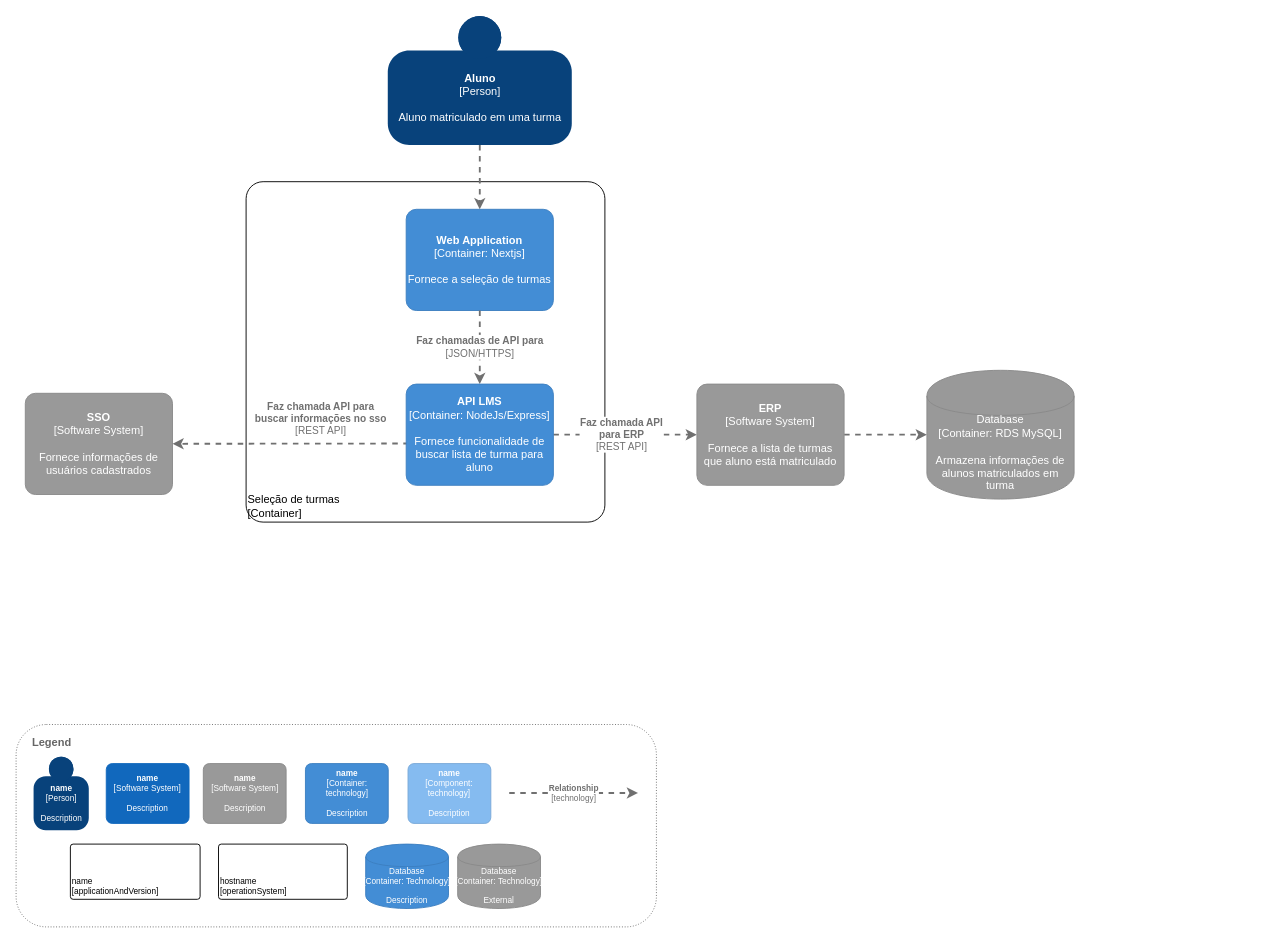
The draw.io diagram page "C4 Container" (2 of 4) of Design Doc LMS.drawio in eldoncosta1/diagrams, before the edit. Source tidied: cells renumbered, new cells numbered last; positions are measured from the earlier drawing's top-left corner, leaving out a move shared by most shapes. Both pictures are drawn from the tidied source at 92%, with x=0, y=0 at pixel (16, 16).
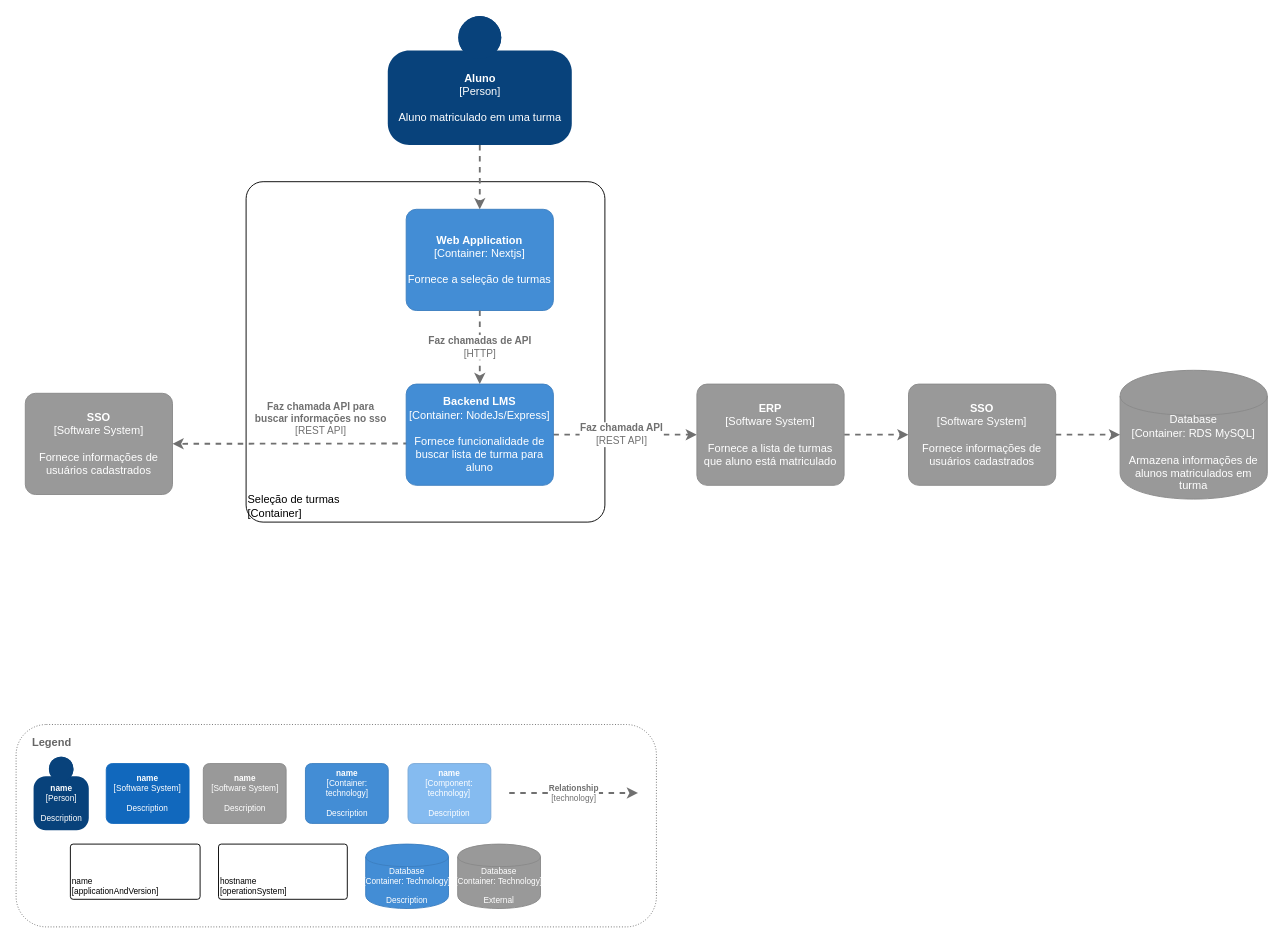
Above is the later version.

The change refers to these unchanged cells:
```xml
<object id="9" label="&lt;b&gt;%c4Name%&lt;/b&gt;&lt;div&gt;[%c4Type%: %c4Technology%]&lt;/div&gt;&lt;br&gt;&lt;div&gt;%c4Description%&lt;/div&gt;" c4Description="Fornece a seleção de turmas" c4Name="Web Application" c4Technology="Nextjs" c4Type="Container" placeholders="1">
  <mxCell style="rounded=1;whiteSpace=wrap;html=1;labelBackgroundColor=none;fillColor=#438DD5;fontColor=#ffffff;align=center;arcSize=10;strokeColor=#3C7FC0;metaData={&quot;c4Type&quot;:{&quot;editable&quot;:false}};points=[[0.25,0,0],[0.5,0,0],[0.75,0,0],[1,0.25,0],[1,0.5,0],[1,0.75,0],[0.75,1,0],[0.5,1,0],[0.25,1,0],[0,0.75,0],[0,0.5,0],[0,0.25,0]];" parent="1" vertex="1">
    <mxGeometry x="424" y="210" width="160" height="110" as="geometry" />
  </mxCell>
</object>
<object id="26" label="&lt;b&gt;%c4Name%&lt;/b&gt;&lt;div&gt;[%c4Type%]&lt;/div&gt;&lt;br&gt;&lt;div&gt;%c4Description%&lt;/div&gt;" c4Description="Fornece a lista de turmas que aluno está matriculado" c4Name="ERP" c4Type="Software System" placeholders="1">
  <mxCell style="rounded=1;whiteSpace=wrap;html=1;labelBackgroundColor=none;fillColor=#999999;fontColor=#ffffff;align=center;arcSize=10;strokeColor=#8A8A8A;metaData={&quot;c4Type&quot;:{&quot;editable&quot;:false}};points=[[0.25,0,0],[0.5,0,0],[0.75,0,0],[1,0.25,0],[1,0.5,0],[1,0.75,0],[0.75,1,0],[0.5,1,0],[0.25,1,0],[0,0.75,0],[0,0.5,0],[0,0.25,0]];" parent="1" vertex="1">
    <mxGeometry x="740" y="400" width="160" height="110" as="geometry" />
  </mxCell>
</object>
```

What changed in the source:
```diff
@@
-    <object id="7" label="&lt;div style=&quot;text-align: left&quot;&gt;&lt;div style=&quot;text-align: center&quot;&gt;&lt;b&gt;%c4Description%&lt;/b&gt;&lt;/div&gt;&lt;div style=&quot;text-align: center&quot;&gt;[%c4Technology%]&lt;/div&gt;&lt;/div&gt;" c4Description="Faz chamada API&#10;para ERP" c4Technology="REST API" placeholders="1">
+    <object id="7" label="&lt;div style=&quot;text-align: left&quot;&gt;&lt;div style=&quot;text-align: center&quot;&gt;&lt;b&gt;%c4Description%&lt;/b&gt;&lt;/div&gt;&lt;div style=&quot;text-align: center&quot;&gt;[%c4Technology%]&lt;/div&gt;&lt;/div&gt;" c4Description="Faz chamada API" c4Technology="REST API" placeholders="1">
       <mxCell style="edgeStyle=none;rounded=0;html=1;jettySize=auto;strokeColor=#707070;strokeWidth=2;fontColor=#707070;jumpStyle=none;dashed=1;metaData={&quot;c4Type&quot;:{&quot;editable&quot;:false}};entryX=0;entryY=0.5;entryDx=0;entryDy=0;entryPerimeter=0;" parent="1" edge="1" source="11" target="26">
         <mxGeometry x="-0.05" relative="1" as="geometry" />
       </mxCell>
     </object>
     <object id="8" label="%c4Type%&lt;div style=&quot;font-size: 12px;&quot;&gt;[Container:&amp;nbsp;%c4Technology%]&lt;/div&gt;&lt;br style=&quot;font-size: 12px;&quot;&gt;&lt;div style=&quot;font-size: 12px;&quot;&gt;%c4Description%&lt;/div&gt;" c4Description="Armazena informações de alunos matriculados em turma" c4Technology="RDS MySQL" c4Type="Database" placeholders="1">
       <mxCell style="shape=cylinder;whiteSpace=wrap;html=1;boundedLbl=1;rounded=1;labelBackgroundColor=none;fillColor=#999999;fontSize=12;fontColor=#ffffff;align=center;strokeColor=#8A8A8A;points=[[0.5,0,0],[1,0.25,0],[1,0.5,0],[1,0.75,0],[0.5,1,0],[0,0.75,0],[0,0.5,0],[0,0.25,0]];metaData={&quot;c4Type&quot;:{&quot;editable&quot;:false}};arcSize=10;" parent="1" vertex="1">
-        <mxGeometry x="990" y="385" width="160" height="140" as="geometry" />
+        <mxGeometry x="1200" y="385" width="160" height="140" as="geometry" />
       </mxCell>
     </object>
@@
-    <object id="10" label="&lt;div style=&quot;text-align: left&quot;&gt;&lt;div style=&quot;text-align: center&quot;&gt;&lt;b&gt;%c4Description%&lt;/b&gt;&lt;/div&gt;&lt;div style=&quot;text-align: center&quot;&gt;[%c4Technology%]&lt;/div&gt;&lt;/div&gt;" c4Description="Faz chamadas de API para" c4Technology="JSON/HTTPS" placeholders="1">
+    <object id="10" label="&lt;div style=&quot;text-align: left&quot;&gt;&lt;div style=&quot;text-align: center&quot;&gt;&lt;b&gt;%c4Description%&lt;/b&gt;&lt;/div&gt;&lt;div style=&quot;text-align: center&quot;&gt;[%c4Technology%]&lt;/div&gt;&lt;/div&gt;" c4Description="Faz chamadas de API" c4Technology="HTTP" placeholders="1">
       <mxCell style="edgeStyle=none;rounded=0;html=1;jettySize=auto;strokeColor=#707070;strokeWidth=2;fontColor=#707070;jumpStyle=none;dashed=1;metaData={&quot;c4Type&quot;:{&quot;editable&quot;:false}};" parent="1" edge="1" source="9" target="11">
         <mxGeometry relative="1" as="geometry" />
       </mxCell>
     </object>
-    <object id="11" label="&lt;b&gt;%c4Name%&lt;/b&gt;&lt;div&gt;[%c4Type%: %c4Technology%]&lt;/div&gt;&lt;br&gt;&lt;div&gt;%c4Description%&lt;/div&gt;" c4Description="Fornece funcionalidade de buscar lista de turma para aluno" c4Name="API LMS" c4Technology="NodeJs/Express" c4Type="Container" placeholders="1">
+    <object id="11" label="&lt;b&gt;%c4Name%&lt;/b&gt;&lt;div&gt;[%c4Type%: %c4Technology%]&lt;/div&gt;&lt;br&gt;&lt;div&gt;%c4Description%&lt;/div&gt;" c4Description="Fornece funcionalidade de buscar lista de turma para aluno" c4Name="Backend LMS" c4Technology="NodeJs/Express" c4Type="Container" placeholders="1">
       <mxCell style="rounded=1;whiteSpace=wrap;html=1;labelBackgroundColor=none;fillColor=#438DD5;fontColor=#ffffff;align=center;arcSize=10;strokeColor=#3C7FC0;metaData={&quot;c4Type&quot;:{&quot;editable&quot;:false}};points=[[0.25,0,0],[0.5,0,0],[0.75,0,0],[1,0.25,0],[1,0.5,0],[1,0.75,0],[0.75,1,0],[0.5,1,0],[0.25,1,0],[0,0.75,0],[0,0.5,0],[0,0.25,0]];" parent="1" vertex="1">
         <mxGeometry x="424" y="400" width="160" height="110" as="geometry" />
       </mxCell>
     </object>
@@
-    <mxCell id="25" style="edgeStyle=orthogonalEdgeStyle;rounded=0;jettySize=auto;html=1;strokeColor=#707070;dashed=1;strokeWidth=2;" parent="1" edge="1" source="26" target="8">
+    <mxCell id="25" style="edgeStyle=orthogonalEdgeStyle;rounded=0;jettySize=auto;html=1;strokeColor=#707070;dashed=1;strokeWidth=2;" parent="1" edge="1" source="26" target="27">
       <mxGeometry relative="1" as="geometry" />
     </mxCell>
@@
+    <object id="27" label="&lt;b&gt;%c4Name%&lt;/b&gt;&lt;div&gt;[%c4Type%]&lt;/div&gt;&lt;br&gt;&lt;div&gt;%c4Description%&lt;/div&gt;" c4Description="Fornece informações de usuários cadastrados" c4Name="SSO" c4Type="Software System" placeholders="1">
+      <mxCell style="rounded=1;whiteSpace=wrap;html=1;labelBackgroundColor=none;fillColor=#999999;fontColor=#ffffff;align=center;arcSize=10;strokeColor=#8A8A8A;metaData={&quot;c4Type&quot;:{&quot;editable&quot;:false}};points=[[0.25,0,0],[0.5,0,0],[0.75,0,0],[1,0.25,0],[1,0.5,0],[1,0.75,0],[0.75,1,0],[0.5,1,0],[0.25,1,0],[0,0.75,0],[0,0.5,0],[0,0.25,0]];" parent="1" vertex="1">
+        <mxGeometry x="970" y="400" width="160" height="110" as="geometry" />
+      </mxCell>
+    </object>
+    <mxCell id="28" style="edgeStyle=orthogonalEdgeStyle;rounded=0;jettySize=auto;html=1;entryX=0;entryY=0.5;entryDx=0;entryDy=0;entryPerimeter=0;strokeWidth=2;strokeColor=#707070;dashed=1;" parent="1" edge="1" source="27" target="8">
+      <mxGeometry relative="1" as="geometry" />
+    </mxCell>
```
